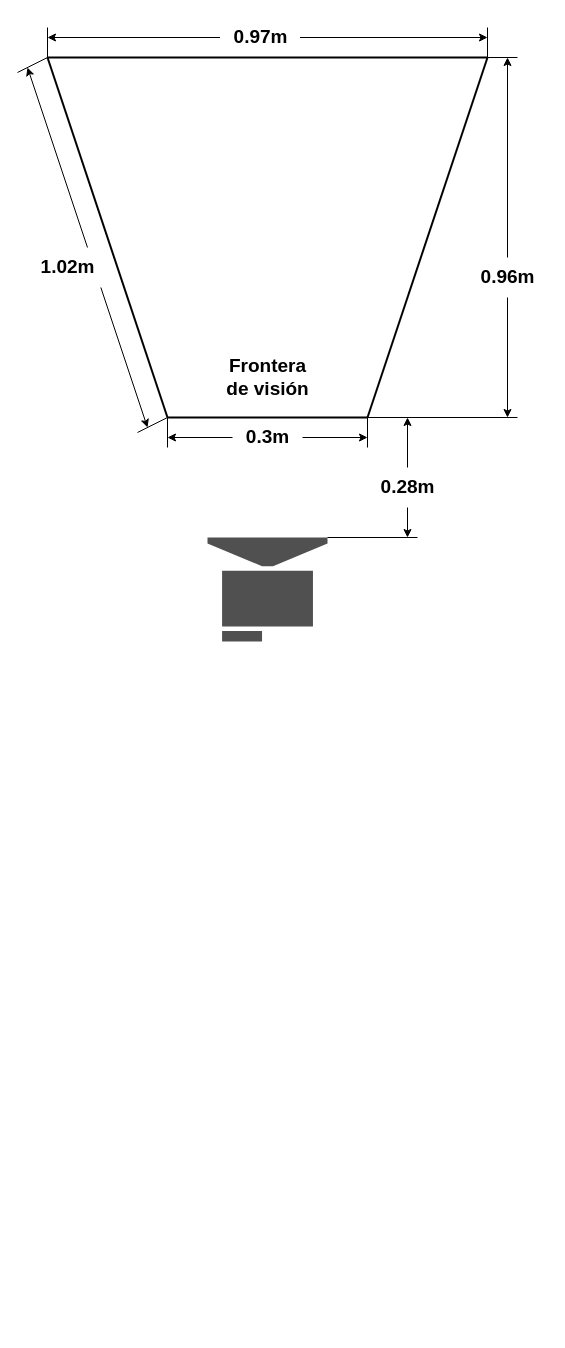
Above: DIAGRAMS/VISION-PLANE.drawio in christiantorres29/DEMETER (draw.io), before the change. Source tidied: cells renumbered, new cells numbered last; positions are measured from the earlier drawing's top-left corner, leaving out a move shared by most shapes. Both pictures are drawn from the tidied source at 100%, with x=0, y=0 at pixel (17, 17).
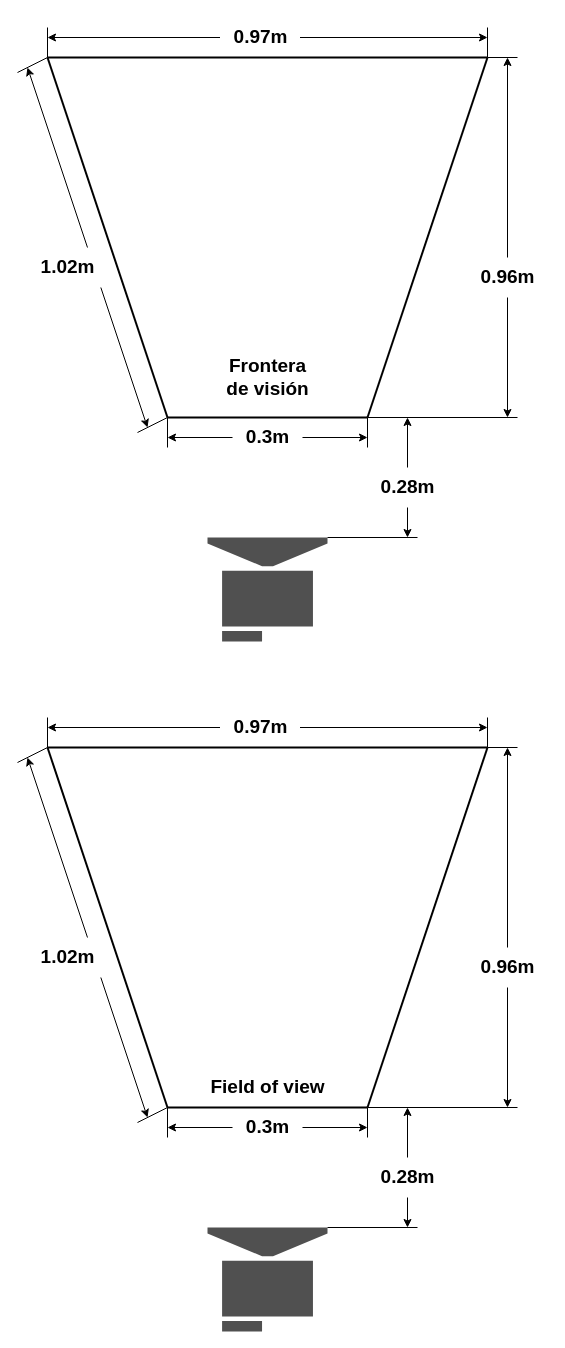
After the change.

Diff of the diagram source:
```diff
@@
+    <mxCell id="27" value="&lt;font size=&quot;1&quot; style=&quot;&quot;&gt;&lt;b style=&quot;font-size: 19px;&quot;&gt;Field of view&lt;br&gt;&lt;/b&gt;&lt;/font&gt;" style="text;html=1;align=center;verticalAlign=middle;strokeColor=none;fillColor=default;" parent="1" vertex="1">
+      <mxGeometry x="180" y="1060" width="140" height="20" as="geometry" />
+    </mxCell>
+    <mxCell id="28" style="endArrow=none;html=1;rounded=0;" parent="1" edge="1">
+      <mxGeometry relative="1" as="geometry">
+        <mxPoint y="745" as="sourcePoint" />
+        <mxPoint x="30" y="730" as="targetPoint" />
+      </mxGeometry>
+    </mxCell>
+    <mxCell id="29" style="endArrow=none;html=1;rounded=0;" parent="1" edge="1">
+      <mxGeometry relative="1" as="geometry">
+        <mxPoint x="470" y="730" as="sourcePoint" />
+        <mxPoint x="500" y="730" as="targetPoint" />
+      </mxGeometry>
+    </mxCell>
+    <mxCell id="30" style="endArrow=none;html=1;rounded=0;" parent="1" edge="1">
+      <mxGeometry relative="1" as="geometry">
+        <mxPoint x="350" y="1090" as="sourcePoint" />
+        <mxPoint x="500" y="1090" as="targetPoint" />
+      </mxGeometry>
+    </mxCell>
+    <mxCell id="31" style="endArrow=classic;startArrow=classic;html=1;rounded=0;" parent="1" edge="1">
+      <mxGeometry relative="1" as="geometry">
+        <mxPoint x="30" y="710" as="sourcePoint" />
+        <mxPoint x="470" y="710" as="targetPoint" />
+      </mxGeometry>
+    </mxCell>
+    <mxCell id="32" value="&lt;font size=&quot;1&quot; style=&quot;&quot;&gt;&lt;b style=&quot;font-size: 19px;&quot;&gt;0.97m&lt;/b&gt;&lt;/font&gt;" style="text;html=1;align=center;verticalAlign=middle;strokeColor=none;fillColor=default;" parent="1" vertex="1">
+      <mxGeometry x="202.5" y="690" width="80" height="40" as="geometry" />
+    </mxCell>
+    <mxCell id="33" style="endArrow=classic;startArrow=classic;html=1;rounded=0;" parent="1" edge="1">
+      <mxGeometry relative="1" as="geometry">
+        <mxPoint x="150" y="1110" as="sourcePoint" />
+        <mxPoint x="350" y="1110" as="targetPoint" />
+      </mxGeometry>
+    </mxCell>
+    <mxCell id="34" value="&lt;font size=&quot;1&quot; style=&quot;&quot;&gt;&lt;b style=&quot;font-size: 19px;&quot;&gt;0.3m&lt;br&gt;&lt;/b&gt;&lt;/font&gt;" style="text;html=1;align=center;verticalAlign=middle;strokeColor=none;fillColor=default;" parent="1" vertex="1">
+      <mxGeometry x="215" y="1090" width="70" height="40" as="geometry" />
+    </mxCell>
+    <mxCell id="35" style="endArrow=classic;startArrow=classic;html=1;rounded=0;" parent="1" edge="1">
+      <mxGeometry relative="1" as="geometry">
+        <mxPoint x="490" y="1090" as="sourcePoint" />
+        <mxPoint x="490" y="730" as="targetPoint" />
+      </mxGeometry>
+    </mxCell>
+    <mxCell id="36" style="sketch=0;shadow=0;dashed=0;html=1;strokeColor=none;fillColor=#505050;labelPosition=center;verticalLabelPosition=bottom;verticalAlign=top;align=center;shape=mxgraph.office.devices.video_camera;rotation=-90;" parent="1" vertex="1">
+      <mxGeometry x="198" y="1202" width="104" height="120" as="geometry" />
+    </mxCell>
+    <mxCell id="37" style="endArrow=none;html=1;rounded=0;strokeWidth=2;" parent="1" edge="1">
+      <mxGeometry relative="1" as="geometry">
+        <mxPoint x="30" y="730" as="sourcePoint" />
+        <mxPoint x="470" y="730" as="targetPoint" />
+      </mxGeometry>
+    </mxCell>
+    <mxCell id="38" style="endArrow=none;html=1;rounded=0;strokeWidth=2;" parent="1" edge="1">
+      <mxGeometry relative="1" as="geometry">
+        <mxPoint x="150" y="1090" as="sourcePoint" />
+        <mxPoint x="30" y="730" as="targetPoint" />
+      </mxGeometry>
+    </mxCell>
+    <mxCell id="39" style="endArrow=none;html=1;rounded=0;strokeWidth=2;" parent="1" edge="1">
+      <mxGeometry relative="1" as="geometry">
+        <mxPoint x="150" y="1090" as="sourcePoint" />
+        <mxPoint x="350" y="1090" as="targetPoint" />
+      </mxGeometry>
+    </mxCell>
+    <mxCell id="40" style="endArrow=none;html=1;rounded=0;strokeWidth=2;" parent="1" edge="1">
+      <mxGeometry relative="1" as="geometry">
+        <mxPoint x="350" y="1090" as="sourcePoint" />
+        <mxPoint x="470" y="730" as="targetPoint" />
+      </mxGeometry>
+    </mxCell>
+    <mxCell id="41" style="endArrow=none;html=1;rounded=0;" parent="1" edge="1">
+      <mxGeometry relative="1" as="geometry">
+        <mxPoint x="30" y="730" as="sourcePoint" />
+        <mxPoint x="30" y="700" as="targetPoint" />
+      </mxGeometry>
+    </mxCell>
+    <mxCell id="42" style="endArrow=none;html=1;rounded=0;" parent="1" edge="1">
+      <mxGeometry relative="1" as="geometry">
+        <mxPoint x="470" y="730" as="sourcePoint" />
+        <mxPoint x="470" y="700" as="targetPoint" />
+      </mxGeometry>
+    </mxCell>
+    <mxCell id="43" style="endArrow=none;html=1;rounded=0;" parent="1" edge="1">
+      <mxGeometry relative="1" as="geometry">
+        <mxPoint x="350" y="1120" as="sourcePoint" />
+        <mxPoint x="350" y="1090" as="targetPoint" />
+      </mxGeometry>
+    </mxCell>
+    <mxCell id="44" style="endArrow=none;html=1;rounded=0;" parent="1" edge="1">
+      <mxGeometry relative="1" as="geometry">
+        <mxPoint x="150" y="1120" as="sourcePoint" />
+        <mxPoint x="150" y="1090" as="targetPoint" />
+      </mxGeometry>
+    </mxCell>
+    <mxCell id="45" value="&lt;font size=&quot;1&quot; style=&quot;&quot;&gt;&lt;b style=&quot;font-size: 19px;&quot;&gt;0.96m&lt;br&gt;&lt;/b&gt;&lt;/font&gt;" style="text;html=1;align=center;verticalAlign=middle;strokeColor=none;fillColor=default;" parent="1" vertex="1">
+      <mxGeometry x="450" y="930" width="80" height="40" as="geometry" />
+    </mxCell>
+    <mxCell id="46" style="endArrow=classic;startArrow=classic;html=1;rounded=0;" parent="1" edge="1">
+      <mxGeometry relative="1" as="geometry">
+        <mxPoint x="390" y="1210" as="sourcePoint" />
+        <mxPoint x="390" y="1090" as="targetPoint" />
+      </mxGeometry>
+    </mxCell>
+    <mxCell id="47" value="&lt;font size=&quot;1&quot; style=&quot;&quot;&gt;&lt;b style=&quot;font-size: 19px;&quot;&gt;0.28m&lt;br&gt;&lt;/b&gt;&lt;/font&gt;" style="text;html=1;align=center;verticalAlign=middle;strokeColor=none;fillColor=default;" parent="1" vertex="1">
+      <mxGeometry x="350" y="1140" width="80" height="40" as="geometry" />
+    </mxCell>
+    <mxCell id="48" style="endArrow=classic;html=1;rounded=0;startArrow=classic;" parent="1" edge="1">
+      <mxGeometry relative="1" as="geometry">
+        <mxPoint x="130" y="1100" as="sourcePoint" />
+        <mxPoint x="10" y="740" as="targetPoint" />
+      </mxGeometry>
+    </mxCell>
+    <mxCell id="49" style="endArrow=none;html=1;rounded=0;" parent="1" edge="1">
+      <mxGeometry relative="1" as="geometry">
+        <mxPoint x="120" y="1105" as="sourcePoint" />
+        <mxPoint x="150" y="1090" as="targetPoint" />
+      </mxGeometry>
+    </mxCell>
+    <mxCell id="50" value="&lt;font size=&quot;1&quot; style=&quot;&quot;&gt;&lt;b style=&quot;font-size: 19px;&quot;&gt;1.02m&lt;br&gt;&lt;/b&gt;&lt;/font&gt;" style="text;html=1;align=center;verticalAlign=middle;strokeColor=none;fillColor=default;" parent="1" vertex="1">
+      <mxGeometry x="10" y="920" width="80" height="40" as="geometry" />
+    </mxCell>
+    <mxCell id="51" style="endArrow=none;html=1;rounded=0;" parent="1" edge="1">
+      <mxGeometry relative="1" as="geometry">
+        <mxPoint x="310" y="1210" as="sourcePoint" />
+        <mxPoint x="400" y="1210" as="targetPoint" />
+      </mxGeometry>
+    </mxCell>
```
